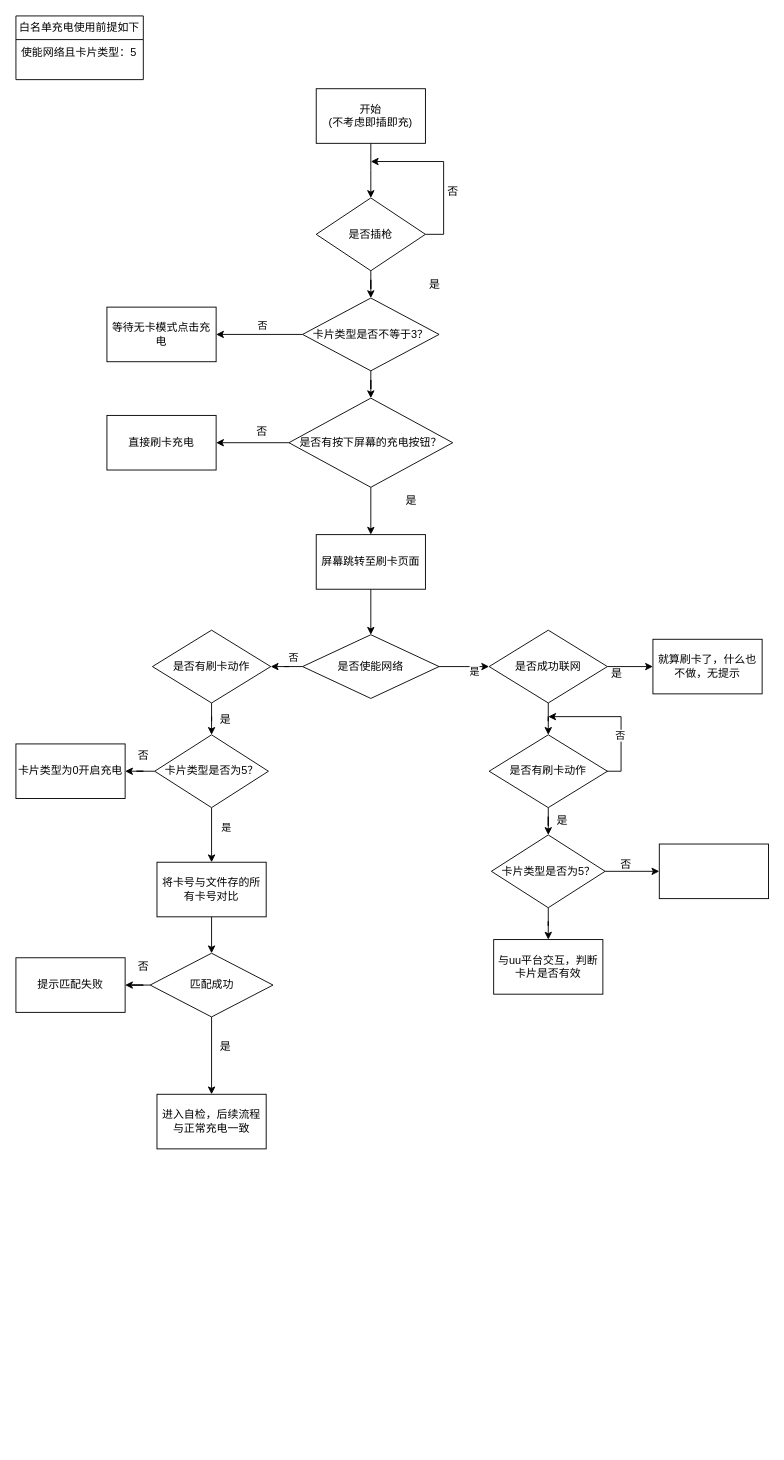
The draw.io diagram 白名单充电.drawio in FaithZoro/DrawioFile, before the edit. Source tidied: cells renumbered, new cells numbered last; positions are measured from the earlier drawing's top-left corner, leaving out a move shared by most shapes. Both pictures are drawn from the tidied source at 91%, with x=0, y=0 at pixel (15, 15).
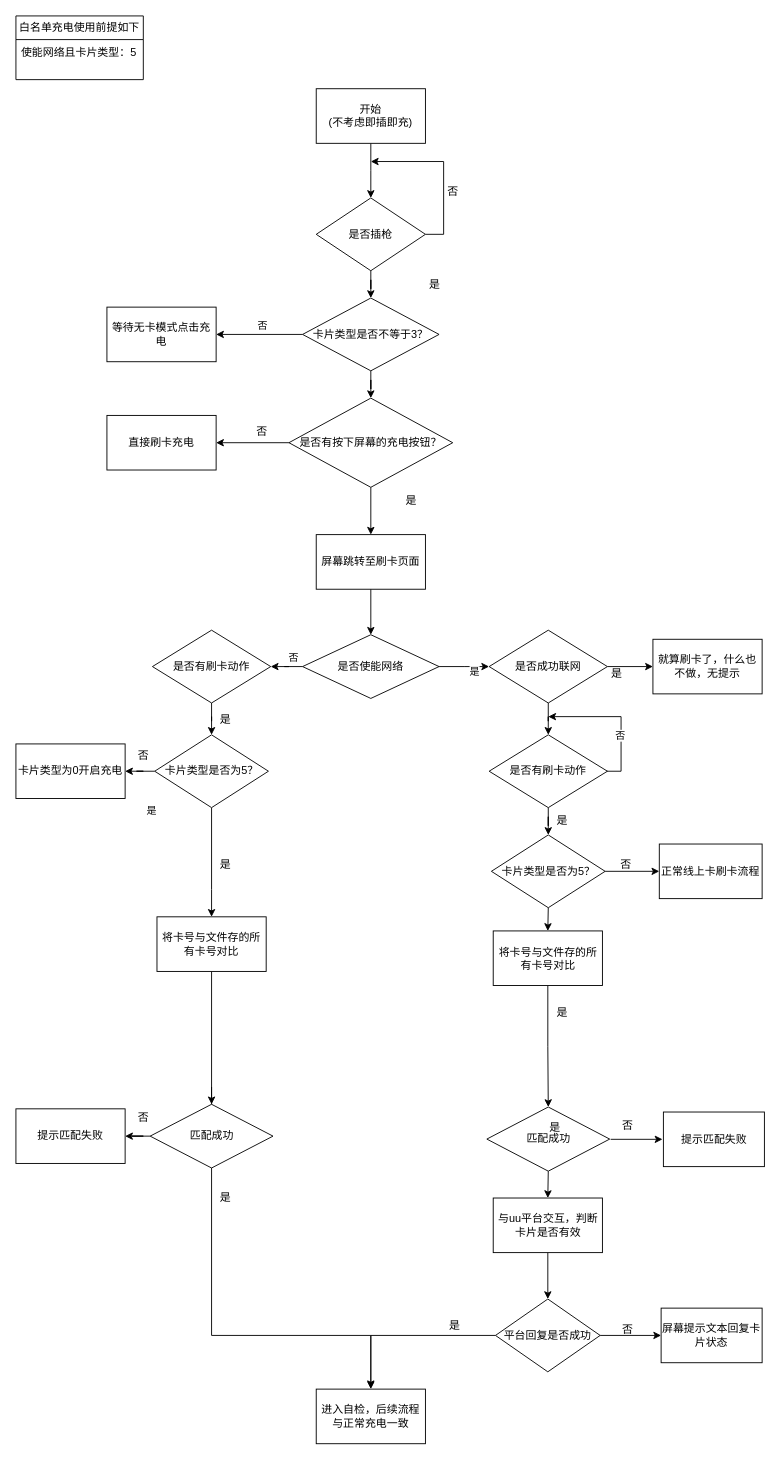
Above is the later version.

Commit message (it also covers changes not shown here):
更新白名单充电.drawio

Unchanged cells that the change refers to:
```xml
<mxCell id="37" value="卡片类型是否为5？" style="rhombus;whiteSpace=wrap;html=1;" parent="1" vertex="1">
  <mxGeometry x="152.5" y="790" width="125" height="80" as="geometry" />
</mxCell>
<mxCell id="58" value="卡片类型是否为5？" style="rhombus;whiteSpace=wrap;html=1;" parent="1" vertex="1">
  <mxGeometry x="522.5" y="900" width="125" height="80" as="geometry" />
</mxCell>
```

What changed in the source:
```diff
@@
-    <mxCell id="35" style="edgeStyle=orthogonalEdgeStyle;rounded=0;jettySize=auto;html=1;" parent="1" edge="1" source="37" target="41">
-      <mxGeometry relative="1" as="geometry" />
+    <mxCell id="35" style="edgeStyle=orthogonalEdgeStyle;rounded=0;jettySize=auto;html=1;entryX=0.5;entryY=0;entryDx=0;entryDy=0;" parent="1" edge="1" source="37" target="41">
+      <mxGeometry relative="1" as="geometry">
+        <Array as="points">
+          <mxPoint x="215" y="960" />
+          <mxPoint x="215" y="960" />
+        </Array>
+      </mxGeometry>
     </mxCell>
     <mxCell id="36" value="是" style="edgeLabel;html=1;align=center;verticalAlign=middle;" parent="35" vertex="1">
       <mxGeometry x="-0.31" y="2" relative="1" as="geometry">
-        <mxPoint x="13" as="offset" />
+        <mxPoint x="-69" y="-38" as="offset" />
       </mxGeometry>
     </mxCell>
@@
     <mxCell id="41" value="将卡号与文件存的所有卡号对比" style="whiteSpace=wrap;html=1;" parent="1" vertex="1">
-      <mxGeometry x="155" y="930" width="120" height="60" as="geometry" />
+      <mxGeometry x="155" y="990" width="120" height="60" as="geometry" />
     </mxCell>
@@
-    <mxCell id="43" style="edgeStyle=orthogonalEdgeStyle;rounded=0;jettySize=auto;html=1;" parent="1" edge="1" source="44" target="47">
-      <mxGeometry relative="1" as="geometry" />
+    <mxCell id="43" style="edgeStyle=orthogonalEdgeStyle;rounded=0;orthogonalLoop=1;jettySize=auto;html=1;" parent="1" edge="1">
+      <mxGeometry relative="1" as="geometry">
+        <mxPoint x="215" y="1177" as="sourcePoint" />
+        <mxPoint x="390" y="1508" as="targetPoint" />
+        <Array as="points">
+          <mxPoint x="215" y="1450" />
+          <mxPoint x="390" y="1450" />
+        </Array>
+      </mxGeometry>
     </mxCell>
     <mxCell id="44" value="匹配成功" style="rhombus;whiteSpace=wrap;html=1;" parent="1" vertex="1">
-      <mxGeometry x="147.5" y="1030" width="135" height="70" as="geometry" />
+      <mxGeometry x="147.5" y="1196" width="135" height="70" as="geometry" />
     </mxCell>
     <mxCell id="45" value="提示匹配失败" style="whiteSpace=wrap;html=1;" parent="1" vertex="1">
-      <mxGeometry y="1035" width="120" height="60" as="geometry" />
+      <mxGeometry y="1201" width="120" height="60" as="geometry" />
     </mxCell>
     <mxCell id="46" value="否" style="text;html=1;align=center;verticalAlign=middle;strokeColor=none;fillColor=none;" parent="1" vertex="1">
-      <mxGeometry x="120" y="1030" width="40" height="30" as="geometry" />
+      <mxGeometry x="120" y="1196" width="40" height="30" as="geometry" />
     </mxCell>
     <mxCell id="47" value="进入自检，后续流程与正常充电一致" style="whiteSpace=wrap;html=1;" parent="1" vertex="1">
-      <mxGeometry x="155" y="1185" width="120" height="60" as="geometry" />
+      <mxGeometry x="330" y="1509" width="120" height="60" as="geometry" />
     </mxCell>
@@
     <mxCell id="49" value="是" style="text;html=1;align=center;verticalAlign=middle;strokeColor=none;fillColor=none;" parent="1" vertex="1">
-      <mxGeometry x="210" y="1118" width="40" height="30" as="geometry" />
+      <mxGeometry x="210" y="1284" width="40" height="30" as="geometry" />
     </mxCell>
@@
-    <mxCell id="57" style="edgeStyle=orthogonalEdgeStyle;rounded=0;jettySize=auto;html=1;" parent="1" edge="1" source="58" target="62">
-      <mxGeometry relative="1" as="geometry" />
-    </mxCell>
+    <mxCell id="63" style="edgeStyle=orthogonalEdgeStyle;rounded=0;jettySize=auto;html=1;exitX=0.5;exitY=1;exitDx=0;exitDy=0;entryX=0.5;entryY=0;entryDx=0;entryDy=0;" parent="1" edge="1" source="58" target="71">
+      <mxGeometry relative="1" as="geometry" />
+    </mxCell>
@@
-    <mxCell id="60" style="whiteSpace=wrap;html=1;" parent="1" vertex="1">
-      <mxGeometry x="707" y="910" width="120" height="60" as="geometry" />
+    <mxCell id="60" value="正常线上卡刷卡流程" style="whiteSpace=wrap;html=1;" parent="1" vertex="1">
+      <mxGeometry x="707" y="910" width="113" height="60" as="geometry" />
     </mxCell>
@@
+    <mxCell id="64" style="edgeStyle=orthogonalEdgeStyle;rounded=0;jettySize=auto;html=1;" parent="1" edge="1" source="62" target="67">
+      <mxGeometry relative="1" as="geometry" />
+    </mxCell>
     <mxCell id="62" value="与uu平台交互，判断卡片是否有效" style="whiteSpace=wrap;html=1;" parent="1" vertex="1">
-      <mxGeometry x="525" y="1015" width="120" height="60" as="geometry" />
+      <mxGeometry x="524.5" y="1299" width="120" height="60" as="geometry" />
     </mxCell>
+    <mxCell id="65" style="edgeStyle=orthogonalEdgeStyle;rounded=0;jettySize=auto;html=1;" parent="1" edge="1" source="67" target="69">
+      <mxGeometry relative="1" as="geometry" />
+    </mxCell>
+    <mxCell id="66" style="edgeStyle=orthogonalEdgeStyle;rounded=0;jettySize=auto;html=1;entryX=0.5;entryY=0;entryDx=0;entryDy=0;" parent="1" edge="1" source="67" target="47">
+      <mxGeometry relative="1" as="geometry" />
+    </mxCell>
+    <mxCell id="67" value="平台回复是否成功" style="rhombus;whiteSpace=wrap;html=1;" parent="1" vertex="1">
+      <mxGeometry x="527" y="1410" width="115" height="80" as="geometry" />
+    </mxCell>
+    <mxCell id="68" value="是" style="text;html=1;align=center;verticalAlign=middle;strokeColor=none;fillColor=none;" parent="1" vertex="1">
+      <mxGeometry x="210" y="918" width="40" height="30" as="geometry" />
+    </mxCell>
+    <mxCell id="69" value="屏幕提示文本回复卡片状态" style="whiteSpace=wrap;html=1;" parent="1" vertex="1">
+      <mxGeometry x="709" y="1420" width="111" height="60" as="geometry" />
+    </mxCell>
+    <mxCell id="70" style="edgeStyle=orthogonalEdgeStyle;rounded=0;jettySize=auto;html=1;" parent="1" edge="1" source="71" target="74">
+      <mxGeometry relative="1" as="geometry" />
+    </mxCell>
+    <mxCell id="71" value="将卡号与文件存的所有卡号对比" style="whiteSpace=wrap;html=1;" parent="1" vertex="1">
+      <mxGeometry x="524.5" y="1005.5" width="120" height="60" as="geometry" />
+    </mxCell>
+    <mxCell id="72" style="edgeStyle=orthogonalEdgeStyle;rounded=0;orthogonalLoop=1;jettySize=auto;html=1;" parent="1" edge="1">
+      <mxGeometry relative="1" as="geometry">
+        <mxPoint x="653.5" y="1234.5" as="sourcePoint" />
+        <mxPoint x="710.5" y="1234.5" as="targetPoint" />
+      </mxGeometry>
+    </mxCell>
+    <mxCell id="73" style="edgeStyle=orthogonalEdgeStyle;rounded=0;jettySize=auto;html=1;exitX=0.5;exitY=1;exitDx=0;exitDy=0;entryX=0.5;entryY=0;entryDx=0;entryDy=0;" parent="1" edge="1" source="74" target="62">
+      <mxGeometry relative="1" as="geometry" />
+    </mxCell>
+    <mxCell id="74" value="匹配成功" style="rhombus;whiteSpace=wrap;html=1;" parent="1" vertex="1">
+      <mxGeometry x="517.5" y="1199" width="135" height="70.5" as="geometry" />
+    </mxCell>
+    <mxCell id="75" value="提示匹配失败" style="whiteSpace=wrap;html=1;" parent="1" vertex="1">
+      <mxGeometry x="711.5" y="1204.5" width="111" height="60" as="geometry" />
+    </mxCell>
+    <mxCell id="76" value="否" style="text;html=1;align=center;verticalAlign=middle;strokeColor=none;fillColor=none;" parent="1" vertex="1">
+      <mxGeometry x="652" y="1204.5" width="40" height="30" as="geometry" />
+    </mxCell>
+    <mxCell id="77" value="是" style="text;html=1;align=center;verticalAlign=middle;strokeColor=none;fillColor=none;" parent="1" vertex="1">
+      <mxGeometry x="580" y="1080.5" width="40" height="30" as="geometry" />
+    </mxCell>
+    <mxCell id="78" value="是" style="text;html=1;align=center;verticalAlign=middle;strokeColor=none;fillColor=none;" parent="1" vertex="1">
+      <mxGeometry x="572" y="1207" width="40" height="30" as="geometry" />
+    </mxCell>
+    <mxCell id="79" value="是" style="text;html=1;align=center;verticalAlign=middle;strokeColor=none;fillColor=none;" parent="1" vertex="1">
+      <mxGeometry x="462" y="1424" width="40" height="30" as="geometry" />
+    </mxCell>
+    <mxCell id="80" value="否" style="text;html=1;align=center;verticalAlign=middle;strokeColor=none;fillColor=none;" parent="1" vertex="1">
+      <mxGeometry x="652" y="1429" width="40" height="30" as="geometry" />
+    </mxCell>
```
